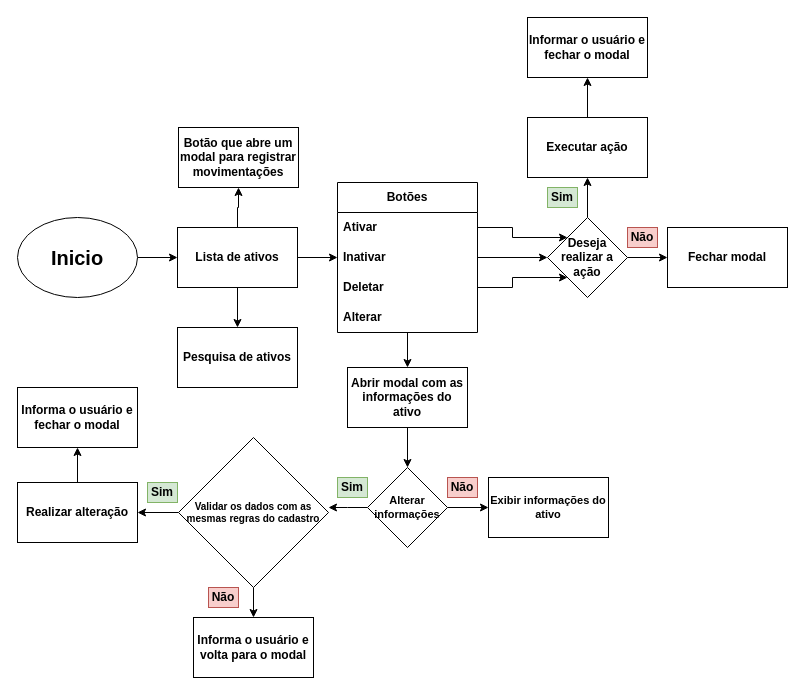
The draw.io diagram trabalho/fluxogramas/listar_alterar_ativos.drawio in gabrielhalmenschlager/controle-de-ativos-senac, before the edit. Source tidied: cells renumbered, new cells numbered last; positions are measured from the earlier drawing's top-left corner, leaving out a move shared by most shapes. Both pictures are drawn from the tidied source at 100%, with x=0, y=0 at pixel (17, 17).
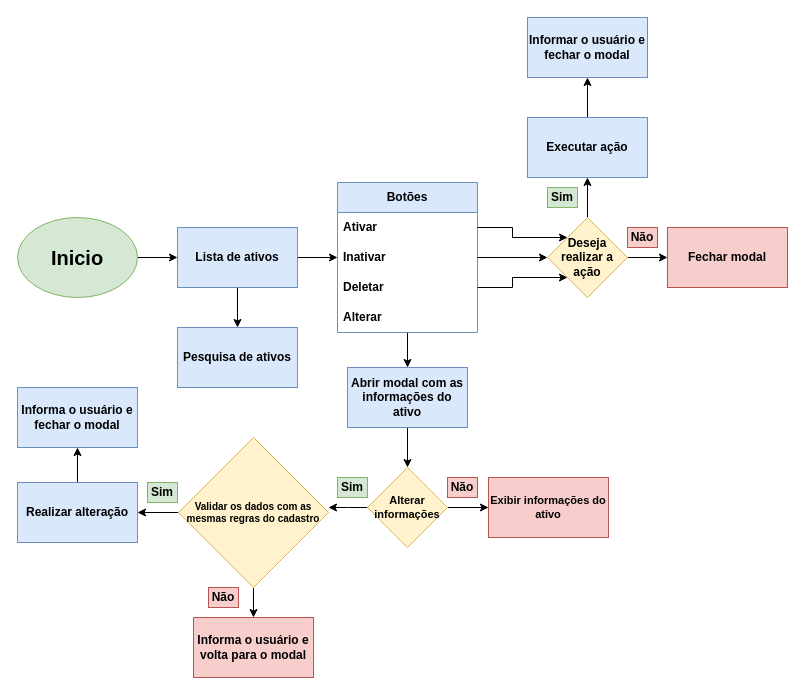
After the change.

Commit message (it also covers changes not shown here):
Começando a fazer alterações nos Fluxogramas e adcionando botão para cadastro_usario em login

What changed in the source:
```diff
@@
-    <mxCell id="3" value="&lt;h1 style=&quot;font-size: 20px;&quot;&gt;Inicio&lt;/h1&gt;" style="ellipse;whiteSpace=wrap;html=1;fontSize=20;fontStyle=1;" parent="1" vertex="1">
+    <mxCell id="3" value="&lt;h1 style=&quot;font-size: 20px;&quot;&gt;Inicio&lt;/h1&gt;" style="ellipse;whiteSpace=wrap;html=1;fontSize=20;fontStyle=1;fillColor=#d5e8d4;strokeColor=#82b366;" parent="1" vertex="1">
       <mxGeometry y="200" width="120" height="80" as="geometry" />
     </mxCell>
@@
-    <mxCell id="5" style="edgeStyle=orthogonalEdgeStyle;rounded=0;jettySize=auto;html=1;" parent="1" edge="1" source="7" target="43">
-      <mxGeometry relative="1" as="geometry" />
-    </mxCell>
@@
-    <mxCell id="7" value="Lista de ativos" style="whiteSpace=wrap;html=1;fontSize=12;fontStyle=1;" parent="1" vertex="1">
+    <mxCell id="7" value="Lista de ativos" style="whiteSpace=wrap;html=1;fontSize=12;fontStyle=1;fillColor=#dae8fc;strokeColor=#6c8ebf;" parent="1" vertex="1">
       <mxGeometry x="160" y="210" width="120" height="60" as="geometry" />
     </mxCell>
@@
-    <mxCell id="9" value="Botões" style="swimlane;fontStyle=1;horizontal=1;startSize=30;whiteSpace=wrap;html=1;" parent="1" vertex="1">
+    <mxCell id="9" value="Botões" style="swimlane;fontStyle=1;horizontal=1;startSize=30;whiteSpace=wrap;html=1;fillColor=#dae8fc;strokeColor=#6c8ebf;" parent="1" vertex="1">
       <mxGeometry x="320" y="165" width="140" height="150" as="geometry" />
     </mxCell>
@@
-    <mxCell id="19" value="Deseja realizar a ação" style="rhombus;whiteSpace=wrap;html=1;fontStyle=1;" parent="1" vertex="1">
+    <mxCell id="19" value="Deseja realizar a ação" style="rhombus;whiteSpace=wrap;html=1;fontStyle=1;fillColor=#fff2cc;strokeColor=#d6b656;" parent="1" vertex="1">
       <mxGeometry x="530" y="200" width="80" height="80" as="geometry" />
     </mxCell>
@@
-    <mxCell id="21" value="Executar ação" style="whiteSpace=wrap;html=1;fontStyle=1;" parent="1" vertex="1">
+    <mxCell id="21" value="Executar ação" style="whiteSpace=wrap;html=1;fontStyle=1;fillColor=#dae8fc;strokeColor=#6c8ebf;" parent="1" vertex="1">
       <mxGeometry x="510" y="100" width="120" height="60" as="geometry" />
     </mxCell>
-    <mxCell id="22" value="Fechar modal" style="whiteSpace=wrap;html=1;fontStyle=1;" parent="1" vertex="1">
+    <mxCell id="22" value="Fechar modal" style="whiteSpace=wrap;html=1;fontStyle=1;fillColor=#f8cecc;strokeColor=#b85450;" parent="1" vertex="1">
       <mxGeometry x="650" y="210" width="120" height="60" as="geometry" />
     </mxCell>
@@
-    <mxCell id="26" value="Abrir modal com as informações do ativo" style="rounded=0;whiteSpace=wrap;html=1;fontStyle=1;" parent="1" vertex="1">
+    <mxCell id="26" value="Abrir modal com as informações do ativo" style="rounded=0;whiteSpace=wrap;html=1;fontStyle=1;fillColor=#dae8fc;strokeColor=#6c8ebf;" parent="1" vertex="1">
       <mxGeometry x="330" y="350" width="120" height="60" as="geometry" />
     </mxCell>
@@
-    <mxCell id="29" value="Alterar informações" style="rhombus;whiteSpace=wrap;html=1;fontSize=11;fontStyle=1;" parent="1" vertex="1">
+    <mxCell id="29" value="Alterar informações" style="rhombus;whiteSpace=wrap;html=1;fontSize=11;fontStyle=1;fillColor=#fff2cc;strokeColor=#d6b656;" parent="1" vertex="1">
       <mxGeometry x="350" y="450" width="80" height="80" as="geometry" />
     </mxCell>
@@
-    <mxCell id="31" value="Realizar alteração" style="whiteSpace=wrap;html=1;fontStyle=1;" parent="1" vertex="1">
+    <mxCell id="31" value="Realizar alteração" style="whiteSpace=wrap;html=1;fontStyle=1;fillColor=#dae8fc;strokeColor=#6c8ebf;" parent="1" vertex="1">
       <mxGeometry y="465" width="120" height="60" as="geometry" />
     </mxCell>
@@
-    <mxCell id="36" value="Validar os dados com as mesmas regras do cadastro" style="rhombus;whiteSpace=wrap;html=1;fontSize=10;align=center;fontStyle=1;" parent="1" vertex="1">
+    <mxCell id="36" value="Validar os dados com as mesmas regras do cadastro" style="rhombus;whiteSpace=wrap;html=1;fontSize=10;align=center;fontStyle=1;fillColor=#fff2cc;strokeColor=#d6b656;" parent="1" vertex="1">
       <mxGeometry x="161" y="420" width="150" height="150" as="geometry" />
     </mxCell>
-    <mxCell id="37" value="Informar o usuário e fechar o modal" style="whiteSpace=wrap;html=1;fontStyle=1;" parent="1" vertex="1">
+    <mxCell id="37" value="Informar o usuário e fechar o modal" style="whiteSpace=wrap;html=1;fontStyle=1;fillColor=#dae8fc;strokeColor=#6c8ebf;" parent="1" vertex="1">
       <mxGeometry x="510" width="120" height="60" as="geometry" />
     </mxCell>
@@
-    <mxCell id="39" value="&lt;span style=&quot;font-size: 12px;&quot;&gt;Informa o usuário e fechar o modal&lt;/span&gt;" style="whiteSpace=wrap;html=1;fontSize=10;fontStyle=1;" parent="1" vertex="1">
+    <mxCell id="39" value="&lt;span style=&quot;font-size: 12px;&quot;&gt;Informa o usuário e fechar o modal&lt;/span&gt;" style="whiteSpace=wrap;html=1;fontSize=10;fontStyle=1;fillColor=#dae8fc;strokeColor=#6c8ebf;" parent="1" vertex="1">
       <mxGeometry y="370" width="120" height="60" as="geometry" />
     </mxCell>
@@
-    <mxCell id="41" value="Exibir informações do ativo" style="whiteSpace=wrap;html=1;fontSize=11;fontStyle=1;" parent="1" vertex="1">
+    <mxCell id="41" value="Exibir informações do ativo" style="whiteSpace=wrap;html=1;fontSize=11;fontStyle=1;fillColor=#f8cecc;strokeColor=#b85450;" parent="1" vertex="1">
       <mxGeometry x="471" y="460" width="120" height="60" as="geometry" />
     </mxCell>
-    <mxCell id="42" value="&lt;span style=&quot;font-size: 12px;&quot;&gt;Informa o usuário e volta para o modal&lt;/span&gt;" style="whiteSpace=wrap;html=1;fontSize=10;fontStyle=1;" parent="1" vertex="1">
+    <mxCell id="42" value="&lt;span style=&quot;font-size: 12px;&quot;&gt;Informa o usuário e volta para o modal&lt;/span&gt;" style="whiteSpace=wrap;html=1;fontSize=10;fontStyle=1;fillColor=#f8cecc;strokeColor=#b85450;" parent="1" vertex="1">
       <mxGeometry x="176" y="600" width="120" height="60" as="geometry" />
     </mxCell>
-    <mxCell id="43" value="Botão que abre um modal para registrar movimentações" style="whiteSpace=wrap;html=1;fontStyle=1;" parent="1" vertex="1">
-      <mxGeometry x="161" y="110" width="120" height="60" as="geometry" />
-    </mxCell>
-    <mxCell id="44" value="Pesquisa de ativos" style="whiteSpace=wrap;html=1;fontStyle=1;" parent="1" vertex="1">
+    <mxCell id="44" value="Pesquisa de ativos" style="whiteSpace=wrap;html=1;fontStyle=1;fillColor=#dae8fc;strokeColor=#6c8ebf;" parent="1" vertex="1">
       <mxGeometry x="160" y="310" width="120" height="60" as="geometry" />
     </mxCell>
```
